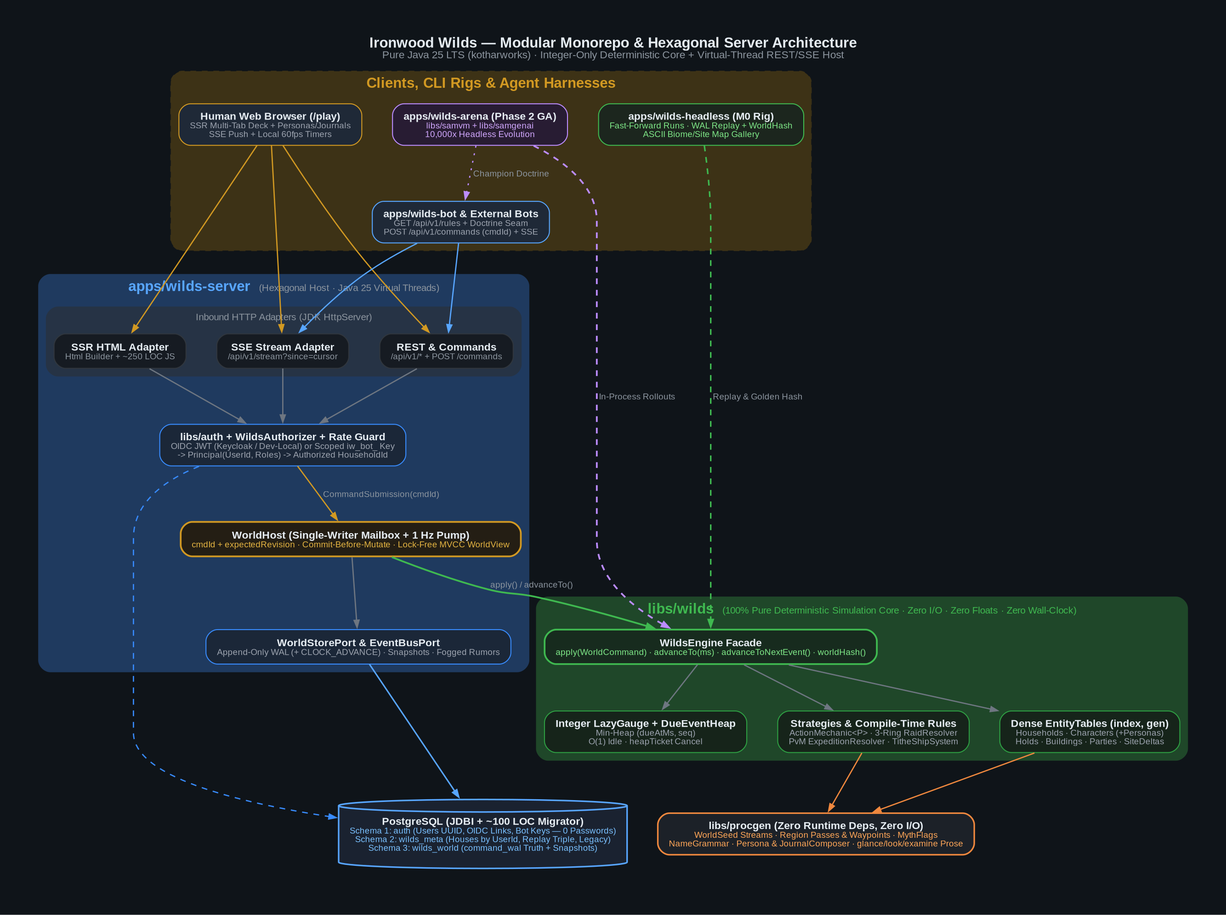
Lord-Windy/KotharWorks keeps this Graphviz diagram as planning/ironwood_wilds_planning/diagrams/01-system-architecture.png. Above is the earlier version. Its source is kept beside it as planning/ironwood_wilds_planning/diagrams/01-system-architecture.dot.
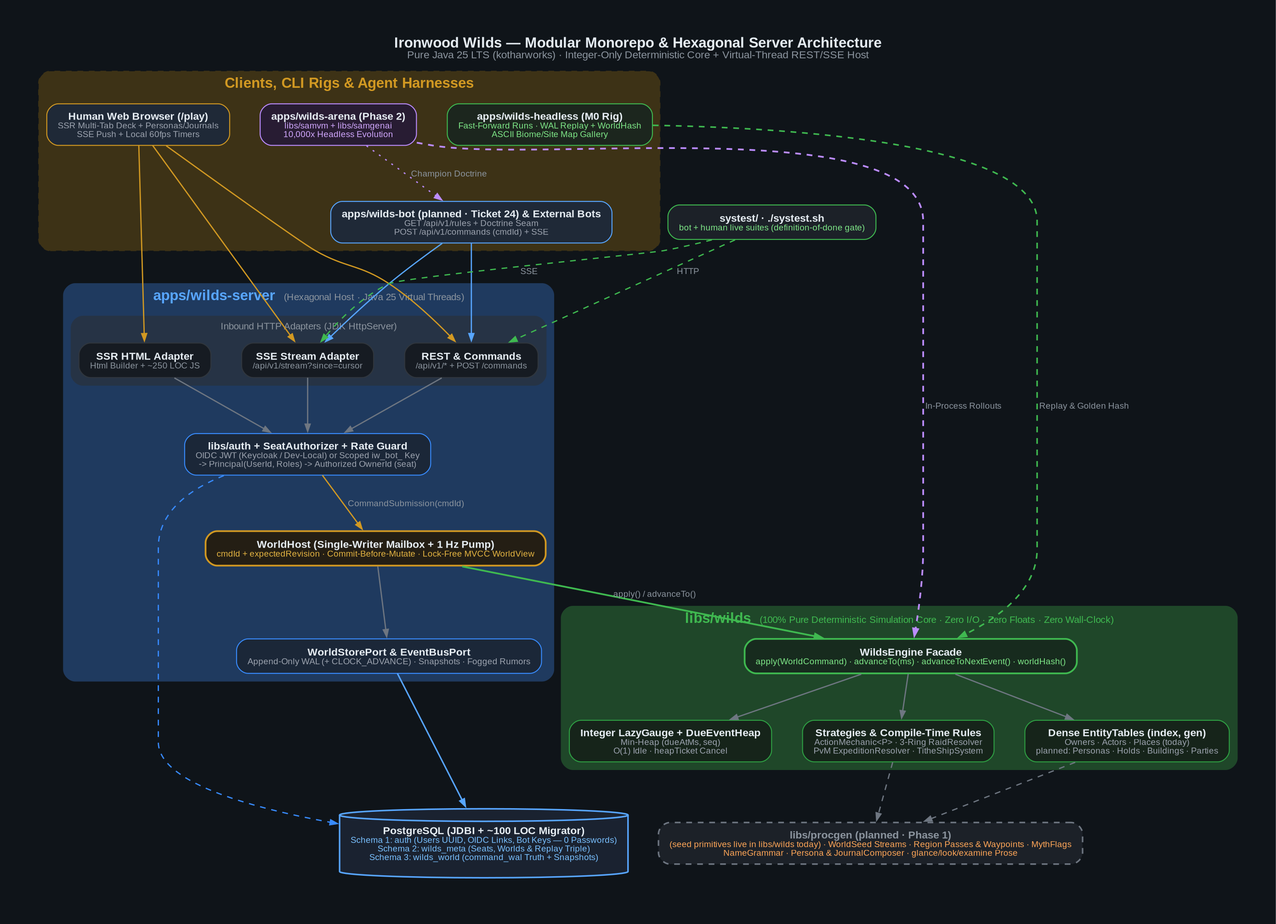
After the change.

Change to the diagram source:
```diff
@@ -48,7 +48,7 @@
         rest_sse_bot [
             fillcolor="#1f2937",
             color="#58a6ff",
-            label=<<b>apps/wilds-bot &amp; External Bots</b><br/><font point-size="9" color="#9ca3af">GET /api/v1/rules + Doctrine Seam<br/>POST /api/v1/commands (cmdId) + SSE</font>>
+            label=<<b>apps/wilds-bot (planned · Ticket 24) &amp; External Bots</b><br/><font point-size="9" color="#9ca3af">GET /api/v1/rules + Doctrine Seam<br/>POST /api/v1/commands (cmdId) + SSE</font>>
         ];
         headless_cli [
             fillcolor="#1c261e",
@@ -58,7 +58,7 @@
         ga_arena [
             fillcolor="#281c33",
             color="#bc8cff",
-            label=<<b>apps/wilds-arena (Phase 2 GA)</b><br/><font point-size="9" color="#d2a8ff">libs/samvm + libs/samgenai<br/>10,000x Headless Evolution</font>>
+            label=<<b>apps/wilds-arena (Phase 2)</b><br/><font point-size="9" color="#d2a8ff">libs/samvm + libs/samgenai<br/>10,000x Headless Evolution</font>>
         ];
     }
 
@@ -85,7 +85,7 @@
         auth_guard [
             fillcolor="#1b2738",
             color="#388bfd",
-            label=<<b>libs/auth + WildsAuthorizer + Rate Guard</b><br/><font point-size="9" color="#9ca3af">OIDC JWT (Keycloak / Dev-Local) or Scoped iw_bot_ Key<br/>-&gt; Principal(UserId, Roles) -&gt; Authorized HouseholdId</font>>
+            label=<<b>libs/auth + SeatAuthorizer + Rate Guard</b><br/><font point-size="9" color="#9ca3af">OIDC JWT (Keycloak / Dev-Local) or Scoped iw_bot_ Key<br/>-&gt; Principal(UserId, Roles) -&gt; Authorized OwnerId (seat)</font>>
         ];
 
         mailbox [
@@ -119,7 +119,7 @@
         world_state [
             fillcolor="#16241a",
             color="#2ea043",
-            label=<<b>Dense EntityTables (index, gen)</b><br/><font point-size="9" color="#9ca3af">Households · Characters (+Personas)<br/>Holds · Buildings · Parties · SiteDeltas</font>>
+            label=<<b>Dense EntityTables (index, gen)</b><br/><font point-size="9" color="#9ca3af">Owners · Actors · Places (today)<br/>planned: Personas · Holds · Buildings · Parties</font>>
         ];
 
         due_heap [
@@ -141,9 +141,11 @@
 
         procgen [
             fillcolor="#1c2128",
-            color="#f0883e",
+            color="#6e7681",
+            fontcolor="#8b949e",
+            style="rounded,filled,dashed",
             penwidth=1.6,
-            label=<<b>libs/procgen (Zero Runtime Deps, Zero I/O)</b><br/><font point-size="9" color="#ffa657">WorldSeed Streams · Region Passes &amp; Waypoints · MythFlags<br/>NameGrammar · Persona &amp; JournalComposer · glance/look/examine Prose</font>>
+            label=<<b>libs/procgen (planned · Phase 1)</b><br/><font point-size="9" color="#ffa657">(seed primitives live in libs/wilds today) · WorldSeed Streams · Region Passes &amp; Waypoints · MythFlags<br/>NameGrammar · Persona &amp; JournalComposer · glance/look/examine Prose</font>>
         ];
 
         postgres [
@@ -151,9 +153,17 @@
             fillcolor="#1a2230",
             color="#58a6ff",
             penwidth=1.6,
-            label=<<b>PostgreSQL (JDBI + ~100 LOC Migrator)</b><br/><font point-size="9" color="#79c0ff">Schema 1: auth (Users UUID, OIDC Links, Bot Keys — 0 Passwords)<br/>Schema 2: wilds_meta (Houses by UserId, Replay Triple, Legacy)<br/>Schema 3: wilds_world (command_wal Truth + Snapshots)</font>>
+            label=<<b>PostgreSQL (JDBI + ~100 LOC Migrator)</b><br/><font point-size="9" color="#79c0ff">Schema 1: auth (Users UUID, OIDC Links, Bot Keys — 0 Passwords)<br/>Schema 2: wilds_meta (Seats, Worlds &amp; Replay Triple)<br/>Schema 3: wilds_world (command_wal Truth + Snapshots)</font>>
         ];
     }
+
+    systest [
+        fillcolor="#1c2128",
+        color="#3fb950",
+        label=<<b>systest/ · ./systest.sh</b><br/><font point-size="9" color="#7ee787">bot + human live suites (definition-of-done gate)</font>>
+    ];
+    systest -> http_rest [color="#3fb950", label=" HTTP", style=dashed];
+    systest -> sse_adapter [color="#3fb950", label=" SSE", style=dashed];
 
     human_browser -> http_ui [color="#d29922"];
     human_browser -> http_rest [color="#d29922"];
@@ -180,6 +190,6 @@
     engine_facade -> due_heap;
     engine_facade -> strategies;
 
-    world_state -> procgen [color="#f0883e"];
-    strategies -> procgen [color="#f0883e"];
+    world_state -> procgen [color="#6e7681", style=dashed];
+    strategies -> procgen [color="#6e7681", style=dashed];
 }
```
